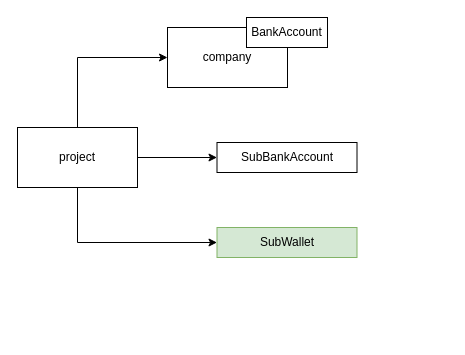
The draw.io diagram 项目账户_设计.drawio in kuangziyang/shop-design, before the edit. Source tidied: cells renumbered, new cells numbered last; positions are measured from the earlier drawing's top-left corner, leaving out a move shared by most shapes. Both pictures are drawn from the tidied source at 100%, with x=0, y=0 at pixel (17, 17).
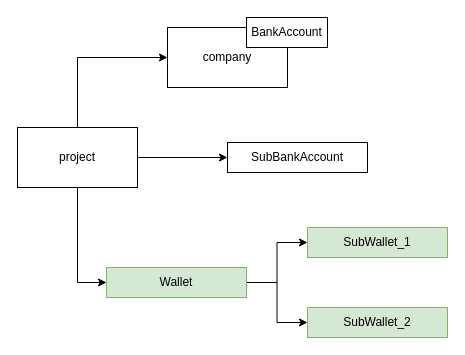
Above is the later version.

Commit message (it also covers changes not shown here):
Update 项目账户_设计.drawio

Diff of the diagram source:
```diff
@@
 <mxGraphModel>
   <root>
     <mxCell id="0" />
     <mxCell id="1" parent="0" />
     <mxCell id="2" style="edgeStyle=orthogonalEdgeStyle;rounded=0;jettySize=auto;html=1;exitX=0.5;exitY=0;exitDx=0;exitDy=0;entryX=0;entryY=0.5;entryDx=0;entryDy=0;" parent="1" edge="1" source="5" target="6">
       <mxGeometry relative="1" as="geometry" />
     </mxCell>
     <mxCell id="3" style="edgeStyle=orthogonalEdgeStyle;rounded=0;jettySize=auto;html=1;exitX=1;exitY=0.5;exitDx=0;exitDy=0;entryX=0;entryY=0.5;entryDx=0;entryDy=0;" parent="1" edge="1" source="5" target="8">
       <mxGeometry relative="1" as="geometry" />
     </mxCell>
-    <mxCell id="4" style="edgeStyle=orthogonalEdgeStyle;rounded=0;jettySize=auto;html=1;exitX=0.5;exitY=1;exitDx=0;exitDy=0;entryX=0;entryY=0.5;entryDx=0;entryDy=0;" parent="1" edge="1" source="5" target="9">
-      <mxGeometry relative="1" as="geometry" />
-    </mxCell>
+    <mxCell id="10" style="edgeStyle=orthogonalEdgeStyle;rounded=0;jettySize=auto;html=1;exitX=0.5;exitY=1;exitDx=0;exitDy=0;entryX=0;entryY=0.5;entryDx=0;entryDy=0;" parent="1" edge="1" source="5" target="13">
+      <mxGeometry relative="1" as="geometry" />
+    </mxCell>
     <mxCell id="5" value="project" style="rounded=0;whiteSpace=wrap;html=1;" parent="1" vertex="1">
       <mxGeometry y="110" width="120" height="60" as="geometry" />
     </mxCell>
     <mxCell id="6" value="company" style="rounded=0;whiteSpace=wrap;html=1;" parent="1" vertex="1">
       <mxGeometry x="150" y="10" width="120" height="60" as="geometry" />
     </mxCell>
     <mxCell id="7" value="BankAccount" style="rounded=0;whiteSpace=wrap;html=1;" parent="1" vertex="1">
       <mxGeometry x="229" width="81" height="30" as="geometry" />
     </mxCell>
     <mxCell id="8" value="SubBankAccount" style="rounded=0;whiteSpace=wrap;html=1;" parent="1" vertex="1">
-      <mxGeometry x="199.5" y="125" width="140" height="30" as="geometry" />
+      <mxGeometry x="210" y="125" width="140" height="30" as="geometry" />
     </mxCell>
-    <mxCell id="9" value="SubWallet" style="rounded=0;whiteSpace=wrap;html=1;fillColor=#d5e8d4;strokeColor=#82b366;" parent="1" vertex="1">
-      <mxGeometry x="199.5" y="210" width="140" height="30" as="geometry" />
+    <mxCell id="9" value="SubWallet_1" style="rounded=0;whiteSpace=wrap;html=1;fillColor=#d5e8d4;strokeColor=#82b366;" parent="1" vertex="1">
+      <mxGeometry x="290" y="210" width="140" height="30" as="geometry" />
     </mxCell>
+    <mxCell id="11" style="edgeStyle=orthogonalEdgeStyle;rounded=0;jettySize=auto;html=1;exitX=1;exitY=0.5;exitDx=0;exitDy=0;entryX=0;entryY=0.5;entryDx=0;entryDy=0;" parent="1" edge="1" source="13" target="9">
+      <mxGeometry relative="1" as="geometry" />
+    </mxCell>
+    <mxCell id="12" style="edgeStyle=orthogonalEdgeStyle;rounded=0;jettySize=auto;html=1;exitX=1;exitY=0.5;exitDx=0;exitDy=0;entryX=0;entryY=0.5;entryDx=0;entryDy=0;" parent="1" edge="1" source="13" target="14">
+      <mxGeometry relative="1" as="geometry" />
+    </mxCell>
+    <mxCell id="13" value="Wallet" style="rounded=0;whiteSpace=wrap;html=1;fillColor=#d5e8d4;strokeColor=#82b366;" parent="1" vertex="1">
+      <mxGeometry x="89" y="250" width="140" height="30" as="geometry" />
+    </mxCell>
+    <mxCell id="14" value="SubWallet_2" style="rounded=0;whiteSpace=wrap;html=1;fillColor=#d5e8d4;strokeColor=#82b366;" parent="1" vertex="1">
+      <mxGeometry x="290" y="290" width="140" height="30" as="geometry" />
+    </mxCell>
   </root>
 </mxGraphModel>
```
